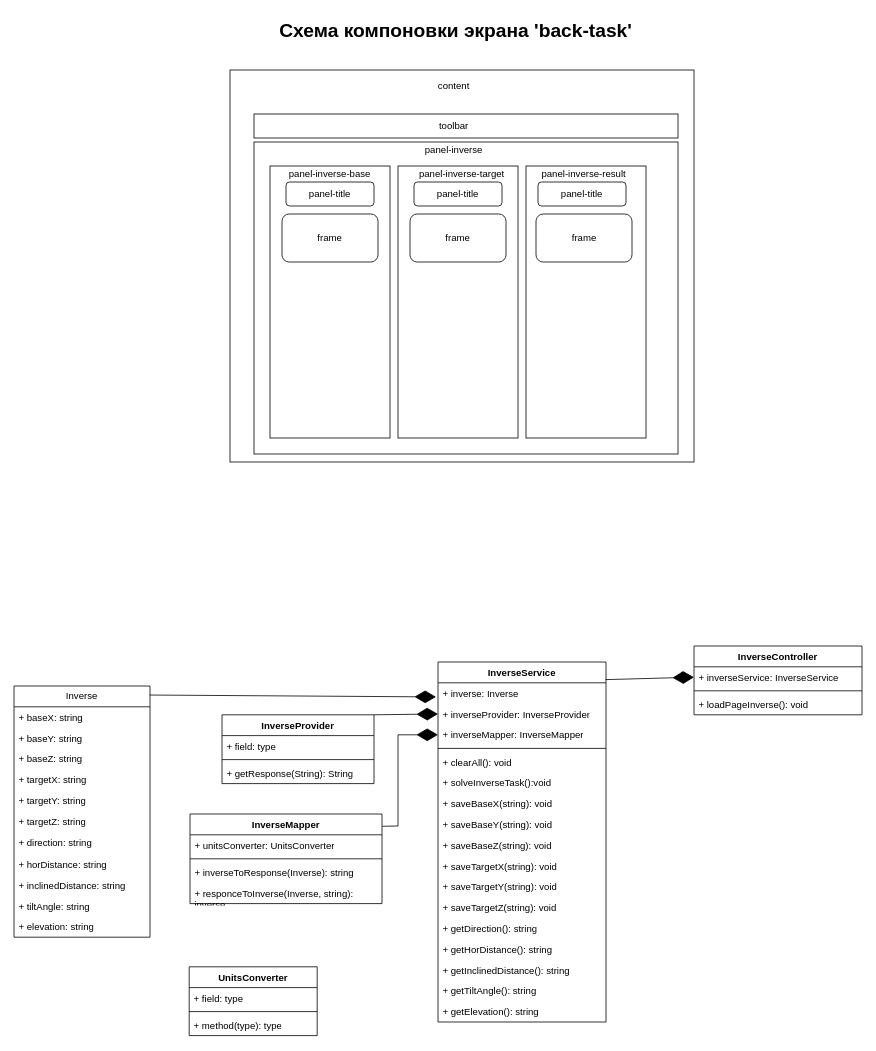
Above: web-client/screens/inverse-task/inverse.drawio in AndrewNizovkin/geocalculator (draw.io), before the change. Source tidied: cells renumbered, new cells numbered last; positions are measured from the earlier drawing's top-left corner, leaving out a move shared by most shapes. Both pictures are drawn from the tidied source at 80%, with x=0, y=0 at pixel (14, 14).
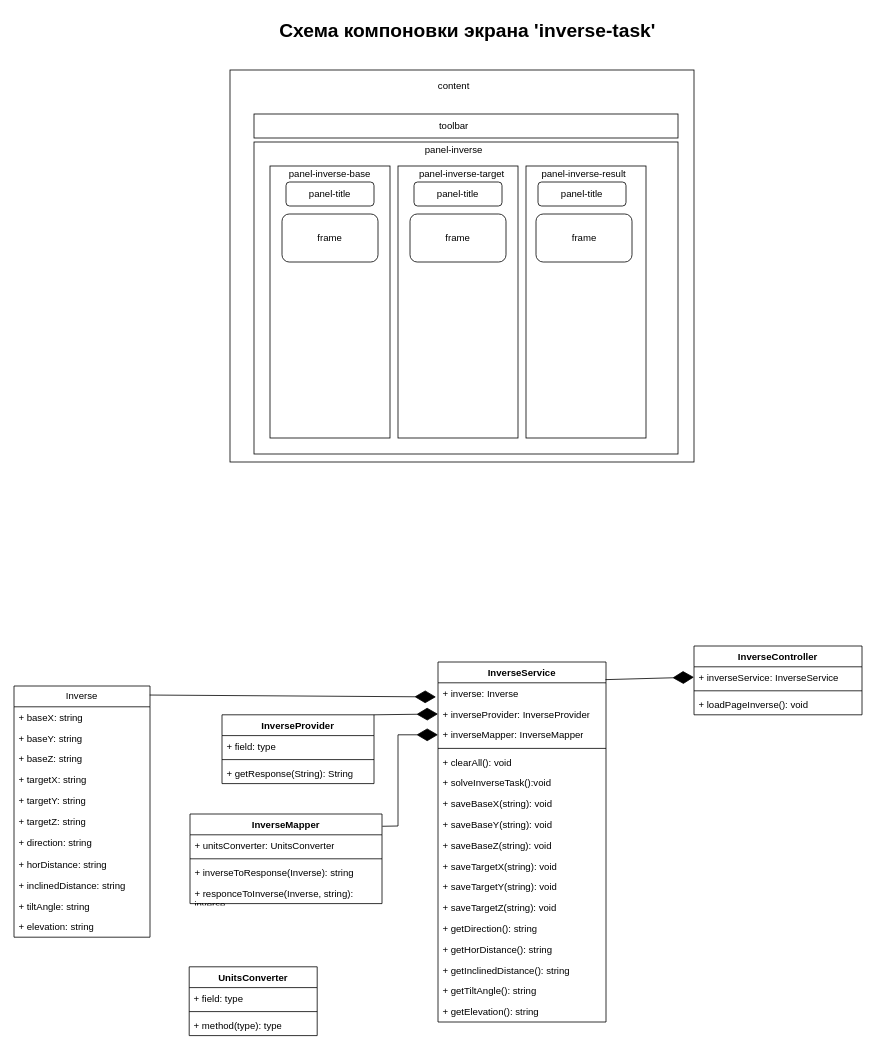
After the change.

Diff of the diagram source:
```diff
@@
-    <mxCell id="15" value="&lt;h1 style=&quot;margin-top: 0px;&quot;&gt;Схема компоновки экрана 'back-task'&lt;/h1&gt;" style="text;html=1;whiteSpace=wrap;overflow=hidden;rounded=0;" parent="1" vertex="1">
-      <mxGeometry x="330" width="470" height="50" as="geometry" />
+    <mxCell id="15" value="&lt;h1 style=&quot;margin-top: 0px;&quot;&gt;Схема компоновки экрана 'inverse-task'&lt;/h1&gt;" style="text;html=1;whiteSpace=wrap;overflow=hidden;rounded=0;" parent="1" vertex="1">
+      <mxGeometry x="330" width="500" height="50" as="geometry" />
     </mxCell>
```
